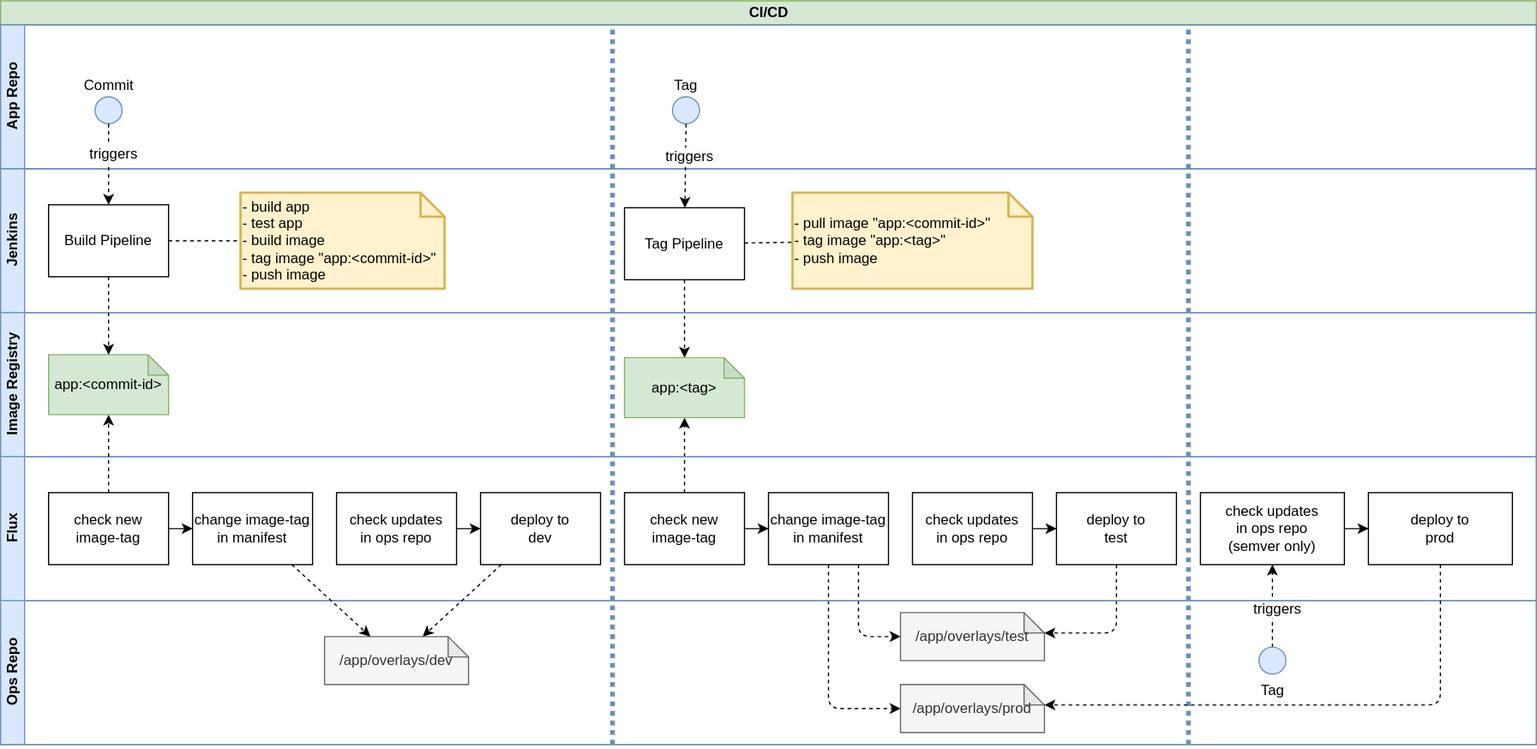
Earlier version of the draw.io export cicd-flow.svg (rmh78/flux2-gitops). Source tidied: cells renumbered, new cells last; positions are measured from the earlier drawing's top-left corner, leaving out a move shared by most shapes.
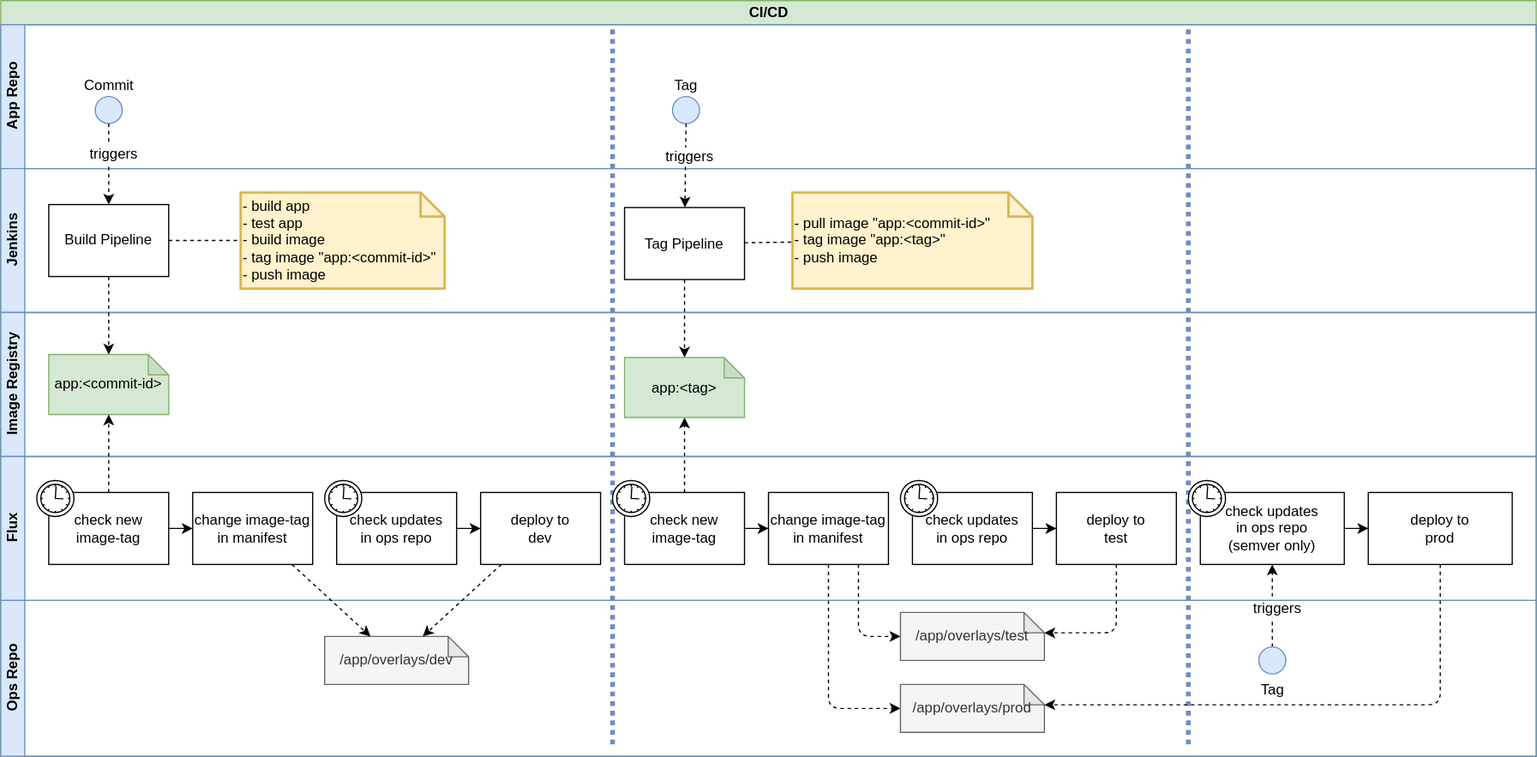
The same diagram one commit later.

Commit message:
add timer symbol

What changed in the source:
```diff
@@ -3,7 +3,7 @@
     <mxCell id="0" />
     <mxCell id="1" parent="0" />
     <mxCell id="2" value="CI/CD" style="swimlane;html=1;horizontal=1;startSize=20;fillColor=#d5e8d4;strokeColor=#82b366;" parent="1" vertex="1">
-      <mxGeometry width="1280" height="620" as="geometry" />
+      <mxGeometry width="1280" height="630" as="geometry" />
     </mxCell>
     <mxCell id="3" value="App Repo" style="swimlane;html=1;startSize=20;horizontal=0;fillColor=#dae8fc;strokeColor=#6c8ebf;" parent="2" vertex="1">
       <mxGeometry y="20" width="1280" height="120" as="geometry" />
@@ -98,15 +98,24 @@
     <mxCell id="27" value="Flux" style="swimlane;html=1;startSize=20;horizontal=0;fillColor=#dae8fc;strokeColor=#6c8ebf;" parent="2" vertex="1">
       <mxGeometry y="380" width="1280" height="120" as="geometry" />
     </mxCell>
+    <mxCell id="30" value="check updates&lt;br&gt;in ops repo&lt;br&gt;(semver only)" style="whiteSpace=wrap;html=1;" parent="27" vertex="1">
+      <mxGeometry x="1000" y="30" width="120" height="60" as="geometry" />
+    </mxCell>
+    <mxCell id="55" style="shape=mxgraph.bpmn.shape;html=1;verticalLabelPosition=bottom;labelBackgroundColor=#ffffff;verticalAlign=top;align=center;perimeter=ellipsePerimeter;outline=standard;symbol=timer;" parent="27" vertex="1">
+      <mxGeometry x="990" y="20" width="31" height="30" as="geometry" />
+    </mxCell>
+    <mxCell id="39" value="check updates&lt;br&gt;in ops repo" style="whiteSpace=wrap;html=1;" parent="27" vertex="1">
+      <mxGeometry x="760" y="30" width="100" height="60" as="geometry" />
+    </mxCell>
     <mxCell id="28" style="edgeStyle=orthogonalEdgeStyle;rounded=0;jettySize=auto;html=1;" parent="27" edge="1" source="30" target="29">
       <mxGeometry relative="1" as="geometry" />
     </mxCell>
+    <mxCell id="56" style="shape=mxgraph.bpmn.shape;html=1;verticalLabelPosition=bottom;labelBackgroundColor=#ffffff;verticalAlign=top;align=center;perimeter=ellipsePerimeter;outline=standard;symbol=timer;" parent="27" vertex="1">
+      <mxGeometry x="750" y="20" width="31" height="30" as="geometry" />
+    </mxCell>
     <mxCell id="29" value="deploy to &lt;br&gt;prod" style="whiteSpace=wrap;html=1;" parent="27" vertex="1">
       <mxGeometry x="1140" y="30" width="120" height="60" as="geometry" />
     </mxCell>
-    <mxCell id="30" value="check updates&lt;br&gt;in ops repo&lt;br&gt;(semver only)" style="whiteSpace=wrap;html=1;" parent="27" vertex="1">
-      <mxGeometry x="1000" y="30" width="120" height="60" as="geometry" />
-    </mxCell>
     <mxCell id="31" value="deploy to &lt;br&gt;dev" style="whiteSpace=wrap;html=1;" parent="27" vertex="1">
       <mxGeometry x="400" y="30" width="100" height="60" as="geometry" />
     </mxCell>
@@ -131,20 +140,26 @@
     <mxCell id="38" value="deploy to &lt;br&gt;test" style="whiteSpace=wrap;html=1;" parent="27" vertex="1">
       <mxGeometry x="880" y="30" width="100" height="60" as="geometry" />
     </mxCell>
-    <mxCell id="39" value="check updates&lt;br&gt;in ops repo" style="whiteSpace=wrap;html=1;" parent="27" vertex="1">
-      <mxGeometry x="760" y="30" width="100" height="60" as="geometry" />
-    </mxCell>
     <mxCell id="40" value="change&amp;nbsp;image-tag&lt;br&gt;in manifest" style="whiteSpace=wrap;html=1;" parent="27" vertex="1">
       <mxGeometry x="640" y="30" width="100" height="60" as="geometry" />
     </mxCell>
+    <mxCell id="42" style="edgeStyle=orthogonalEdgeStyle;rounded=0;jettySize=auto;html=1;" parent="27" edge="1" source="39" target="38">
+      <mxGeometry relative="1" as="geometry" />
+    </mxCell>
+    <mxCell id="57" style="shape=mxgraph.bpmn.shape;html=1;verticalLabelPosition=bottom;labelBackgroundColor=#ffffff;verticalAlign=top;align=center;perimeter=ellipsePerimeter;outline=standard;symbol=timer;" parent="27" vertex="1">
+      <mxGeometry x="30" y="20" width="31" height="30" as="geometry" />
+    </mxCell>
+    <mxCell id="58" style="shape=mxgraph.bpmn.shape;html=1;verticalLabelPosition=bottom;labelBackgroundColor=#ffffff;verticalAlign=top;align=center;perimeter=ellipsePerimeter;outline=standard;symbol=timer;" parent="27" vertex="1">
+      <mxGeometry x="270" y="20" width="31" height="30" as="geometry" />
+    </mxCell>
     <mxCell id="41" value="check new&lt;br&gt;image-tag" style="whiteSpace=wrap;html=1;" parent="27" vertex="1">
       <mxGeometry x="520" y="30" width="100" height="60" as="geometry" />
     </mxCell>
-    <mxCell id="42" style="edgeStyle=orthogonalEdgeStyle;rounded=0;jettySize=auto;html=1;" parent="27" edge="1" source="39" target="38">
-      <mxGeometry relative="1" as="geometry" />
-    </mxCell>
+    <mxCell id="59" style="shape=mxgraph.bpmn.shape;html=1;verticalLabelPosition=bottom;labelBackgroundColor=#ffffff;verticalAlign=top;align=center;perimeter=ellipsePerimeter;outline=standard;symbol=timer;" parent="27" vertex="1">
+      <mxGeometry x="510" y="20" width="31" height="30" as="geometry" />
+    </mxCell>
     <mxCell id="43" value="Ops Repo" style="swimlane;html=1;startSize=20;horizontal=0;fillColor=#dae8fc;strokeColor=#6c8ebf;" parent="2" vertex="1">
-      <mxGeometry y="500" width="1280" height="120" as="geometry" />
+      <mxGeometry y="500" width="1280" height="130" as="geometry" />
     </mxCell>
     <mxCell id="44" value="&lt;span&gt;/app/overlays/test&lt;br&gt;&lt;/span&gt;" style="shape=note;whiteSpace=wrap;html=1;backgroundOutline=1;darkOpacity=0.05;size=17;fillColor=#f5f5f5;strokeColor=#666666;fontColor=#333333;" parent="43" vertex="1">
       <mxGeometry x="750" y="10" width="120" height="40" as="geometry" />
```
